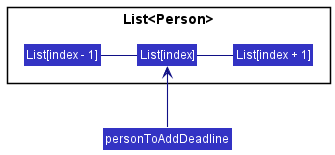
weijuey/tp keeps this PlantUML diagram as docs/images/DeadlineState2.png. Above is the earlier version.
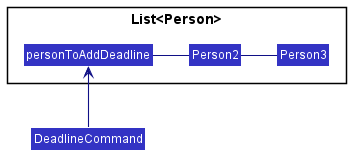
Above is the later version.

The edit, as a diff of the source:
```diff
@@ -5,14 +5,14 @@
 skinparam classBackgroundColor LOGIC_COLOR
 
 package List<Person> {
-Class "List[index - 1]" as Person1
-Class "List[index]" as Person2
-Class "List[index + 1]" as Person3
+Class "personToAddDeadline" as Person1
+Class "Person2" as Person2
+Class "Person3" as Person3
 }
 
 Person1 - Person2
 Person2 - Person3
 
-class Pointer as "personToAddDeadline"
-Pointer -up-> Person2
+class Pointer as "DeadlineCommand"
+Pointer -up-> Person1
 @enduml
```
